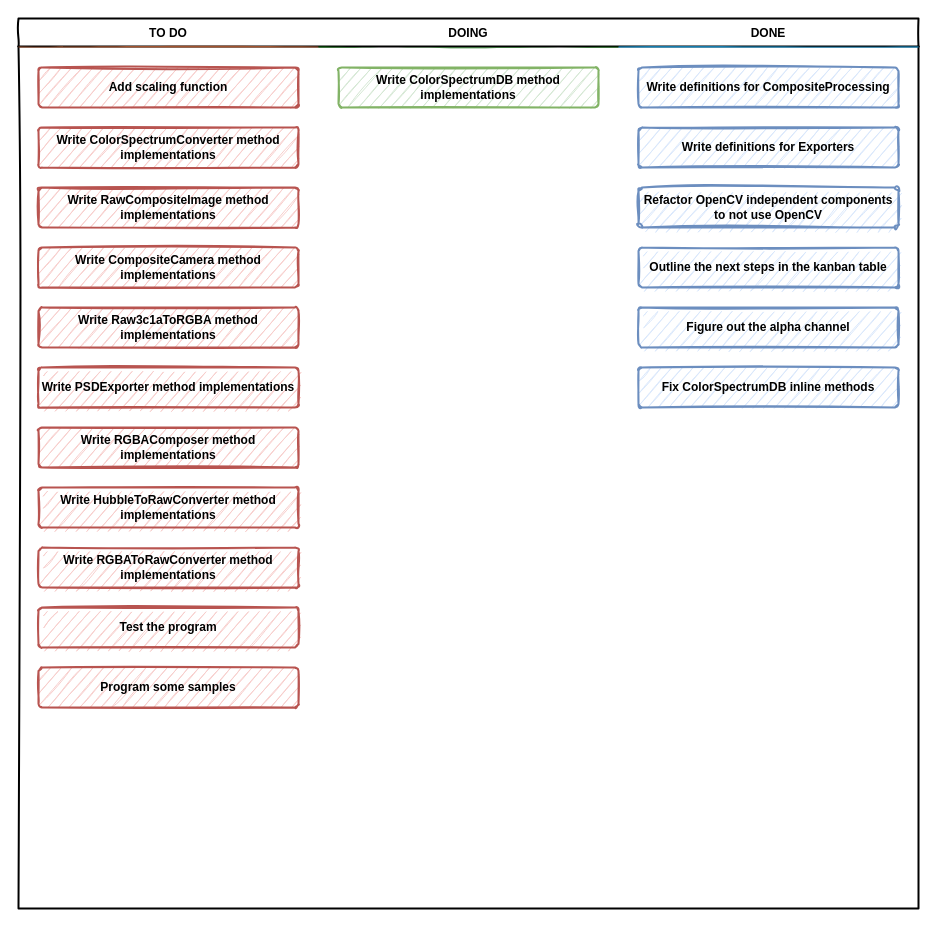
This is Docs/Kanban table.drawio from SpatiumOwl/ComplexSky-2.0, a draw.io file, before an edit. Source tidied: cells renumbered, new cells numbered last; positions are measured from the earlier drawing's top-left corner, leaving out a move shared by most shapes. Both pictures are drawn from the tidied source at 100%, with x=0, y=0 at pixel (18, 18).
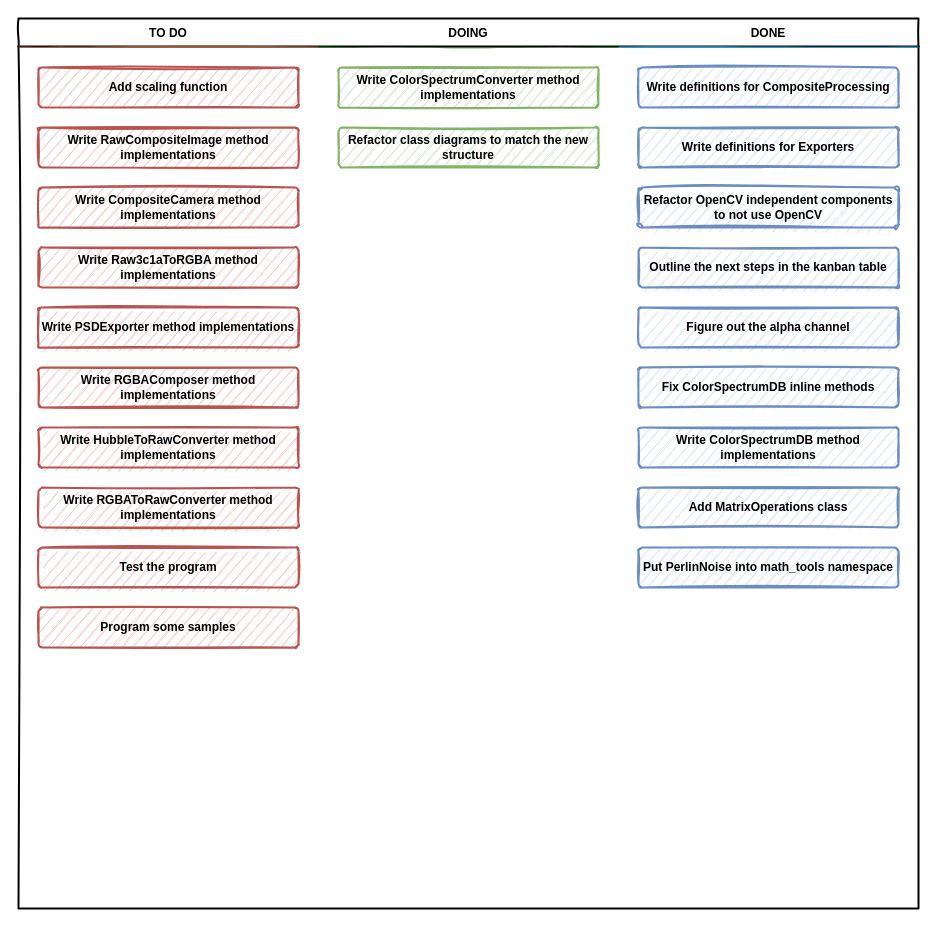
Above is the later version.

Commit message (it also covers changes not shown here):
Added MatrixOperations. Moved PrelinNoiseGenerator to a new math_tools namespace

Unchanged cells that the change refers to:
```xml
<mxCell id="3" value="TO DO" style="swimlane;strokeWidth=2;fontFamily=Permanent Marker;html=0;startSize=1;verticalAlign=bottom;spacingBottom=5;stackBorder=20;sketch=1;strokeColor=none;fillStyle=solid;fillColor=#A0522D;" parent="2" vertex="1">
  <mxGeometry y="28" width="300" height="862" as="geometry" />
</mxCell>
<mxCell id="15" value="DOING" style="swimlane;strokeWidth=2;fontFamily=Permanent Marker;html=0;startSize=1;verticalAlign=bottom;spacingBottom=5;stackBorder=20;sketch=1;strokeColor=none;fillStyle=solid;fillColor=#006600;" parent="2" vertex="1">
  <mxGeometry x="300" y="28" width="300" height="862" as="geometry" />
</mxCell>
<mxCell id="17" value="DONE" style="swimlane;strokeWidth=2;fontFamily=Permanent Marker;html=0;startSize=1;verticalAlign=bottom;spacingBottom=5;stackBorder=20;sketch=1;strokeColor=none;fillStyle=solid;fillColor=#1BA1E2;" parent="2" vertex="1">
  <mxGeometry x="600" y="28" width="300" height="862" as="geometry" />
</mxCell>
```

What changed in the source:
```diff
@@
-    <mxCell id="5" value="Write ColorSpectrumConverter method implementations" style="whiteSpace=wrap;html=1;strokeWidth=2;fillColor=#f8cecc;fontStyle=1;spacingTop=0;rounded=1;arcSize=9;sketch=1;fontFamily=Permanent Marker;hachureGap=8;fillWeight=1;strokeColor=#b85450;" parent="3" vertex="1">
-      <mxGeometry x="20" y="81" width="260" height="40" as="geometry" />
-    </mxCell>
     <mxCell id="6" value="Write RawCompositeImage method implementations" style="whiteSpace=wrap;html=1;strokeWidth=2;fillColor=#f8cecc;fontStyle=1;spacingTop=0;rounded=1;arcSize=9;sketch=1;fontFamily=Permanent Marker;hachureGap=8;fillWeight=1;strokeColor=#b85450;" parent="3" vertex="1">
-      <mxGeometry x="20" y="141" width="260" height="40" as="geometry" />
+      <mxGeometry x="20" y="81" width="260" height="40" as="geometry" />
     </mxCell>
     <mxCell id="7" value="Write CompositeCamera method implementations" style="whiteSpace=wrap;html=1;strokeWidth=2;fillColor=#f8cecc;fontStyle=1;spacingTop=0;rounded=1;arcSize=9;sketch=1;fontFamily=Permanent Marker;hachureGap=8;fillWeight=1;strokeColor=#b85450;" parent="3" vertex="1">
-      <mxGeometry x="20" y="201" width="260" height="40" as="geometry" />
+      <mxGeometry x="20" y="141" width="260" height="40" as="geometry" />
     </mxCell>
     <mxCell id="8" value="Write Raw3c1aToRGBA method implementations" style="whiteSpace=wrap;html=1;strokeWidth=2;fillColor=#f8cecc;fontStyle=1;spacingTop=0;rounded=1;arcSize=9;sketch=1;fontFamily=Permanent Marker;hachureGap=8;fillWeight=1;strokeColor=#b85450;" parent="3" vertex="1">
-      <mxGeometry x="20" y="261" width="260" height="40" as="geometry" />
+      <mxGeometry x="20" y="201" width="260" height="40" as="geometry" />
     </mxCell>
     <mxCell id="9" value="Write PSDExporter method implementations" style="whiteSpace=wrap;html=1;strokeWidth=2;fillColor=#f8cecc;fontStyle=1;spacingTop=0;rounded=1;arcSize=9;sketch=1;fontFamily=Permanent Marker;hachureGap=8;fillWeight=1;strokeColor=#b85450;" parent="3" vertex="1">
-      <mxGeometry x="20" y="321" width="260" height="40" as="geometry" />
+      <mxGeometry x="20" y="261" width="260" height="40" as="geometry" />
     </mxCell>
     <mxCell id="10" value="Write RGBAComposer method implementations" style="whiteSpace=wrap;html=1;strokeWidth=2;fillColor=#f8cecc;fontStyle=1;spacingTop=0;rounded=1;arcSize=9;sketch=1;fontFamily=Permanent Marker;hachureGap=8;fillWeight=1;strokeColor=#b85450;" parent="3" vertex="1">
-      <mxGeometry x="20" y="381" width="260" height="40" as="geometry" />
+      <mxGeometry x="20" y="321" width="260" height="40" as="geometry" />
     </mxCell>
     <mxCell id="11" value="Write HubbleToRawConverter method implementations" style="whiteSpace=wrap;html=1;strokeWidth=2;fillColor=#f8cecc;fontStyle=1;spacingTop=0;rounded=1;arcSize=9;sketch=1;fontFamily=Permanent Marker;hachureGap=8;fillWeight=1;strokeColor=#b85450;" parent="3" vertex="1">
-      <mxGeometry x="20" y="441" width="260" height="40" as="geometry" />
+      <mxGeometry x="20" y="381" width="260" height="40" as="geometry" />
     </mxCell>
     <mxCell id="12" value="Write RGBAToRawConverter method implementations" style="whiteSpace=wrap;html=1;strokeWidth=2;fillColor=#f8cecc;fontStyle=1;spacingTop=0;rounded=1;arcSize=9;sketch=1;fontFamily=Permanent Marker;hachureGap=8;fillWeight=1;strokeColor=#b85450;" parent="3" vertex="1">
-      <mxGeometry x="20" y="501" width="260" height="40" as="geometry" />
+      <mxGeometry x="20" y="441" width="260" height="40" as="geometry" />
     </mxCell>
     <mxCell id="13" value="Test the program" style="whiteSpace=wrap;html=1;strokeWidth=2;fillColor=#f8cecc;fontStyle=1;spacingTop=0;rounded=1;arcSize=9;sketch=1;fontFamily=Permanent Marker;hachureGap=8;fillWeight=1;strokeColor=#b85450;" parent="3" vertex="1">
-      <mxGeometry x="20" y="561" width="260" height="40" as="geometry" />
+      <mxGeometry x="20" y="501" width="260" height="40" as="geometry" />
     </mxCell>
     <mxCell id="14" value="Program some samples" style="whiteSpace=wrap;html=1;strokeWidth=2;fillColor=#f8cecc;fontStyle=1;spacingTop=0;rounded=1;arcSize=9;sketch=1;fontFamily=Permanent Marker;hachureGap=8;fillWeight=1;strokeColor=#b85450;" parent="3" vertex="1">
-      <mxGeometry x="20" y="621" width="260" height="40" as="geometry" />
+      <mxGeometry x="20" y="561" width="260" height="40" as="geometry" />
     </mxCell>
@@
-    <mxCell id="16" value="Write ColorSpectrumDB method implementations" style="whiteSpace=wrap;html=1;strokeWidth=2;fillColor=#d5e8d4;fontStyle=1;spacingTop=0;rounded=1;arcSize=9;sketch=1;fontFamily=Permanent Marker;hachureGap=8;fillWeight=1;strokeColor=#82b366;" parent="15" vertex="1">
-      <mxGeometry x="20" y="21" width="260" height="40" as="geometry" />
-    </mxCell>
+    <mxCell id="5" value="Write ColorSpectrumConverter method implementations" style="whiteSpace=wrap;html=1;strokeWidth=2;fillColor=#d5e8d4;fontStyle=1;spacingTop=0;rounded=1;arcSize=9;sketch=1;fontFamily=Permanent Marker;hachureGap=8;fillWeight=1;strokeColor=#82b366;" parent="15" vertex="1">
+      <mxGeometry x="20" y="21" width="260" height="40" as="geometry" />
+    </mxCell>
+    <mxCell id="24" value="Refactor class diagrams to match the new structure" style="whiteSpace=wrap;html=1;strokeWidth=2;fillColor=#d5e8d4;fontStyle=1;spacingTop=0;rounded=1;arcSize=9;sketch=1;fontFamily=Permanent Marker;hachureGap=8;fillWeight=1;strokeColor=#82b366;" parent="15" vertex="1">
+      <mxGeometry x="20" y="81" width="260" height="40" as="geometry" />
+    </mxCell>
@@
+    <mxCell id="16" value="Write ColorSpectrumDB method implementations" style="whiteSpace=wrap;html=1;strokeWidth=2;fillColor=#dae8fc;fontStyle=1;spacingTop=0;rounded=1;arcSize=9;sketch=1;fontFamily=Permanent Marker;hachureGap=8;fillWeight=1;strokeColor=#6c8ebf;" parent="17" vertex="1">
+      <mxGeometry x="20" y="381" width="260" height="40" as="geometry" />
+    </mxCell>
+    <mxCell id="25" value="Add MatrixOperations class" style="whiteSpace=wrap;html=1;strokeWidth=2;fillColor=#dae8fc;fontStyle=1;spacingTop=0;rounded=1;arcSize=9;sketch=1;fontFamily=Permanent Marker;hachureGap=8;fillWeight=1;strokeColor=#6c8ebf;" parent="17" vertex="1">
+      <mxGeometry x="20" y="441" width="260" height="40" as="geometry" />
+    </mxCell>
+    <mxCell id="26" value="Put PerlinNoise into math_tools namespace" style="whiteSpace=wrap;html=1;strokeWidth=2;fillColor=#dae8fc;fontStyle=1;spacingTop=0;rounded=1;arcSize=9;sketch=1;fontFamily=Permanent Marker;hachureGap=8;fillWeight=1;strokeColor=#6c8ebf;" parent="17" vertex="1">
+      <mxGeometry x="20" y="501" width="260" height="40" as="geometry" />
+    </mxCell>
```
